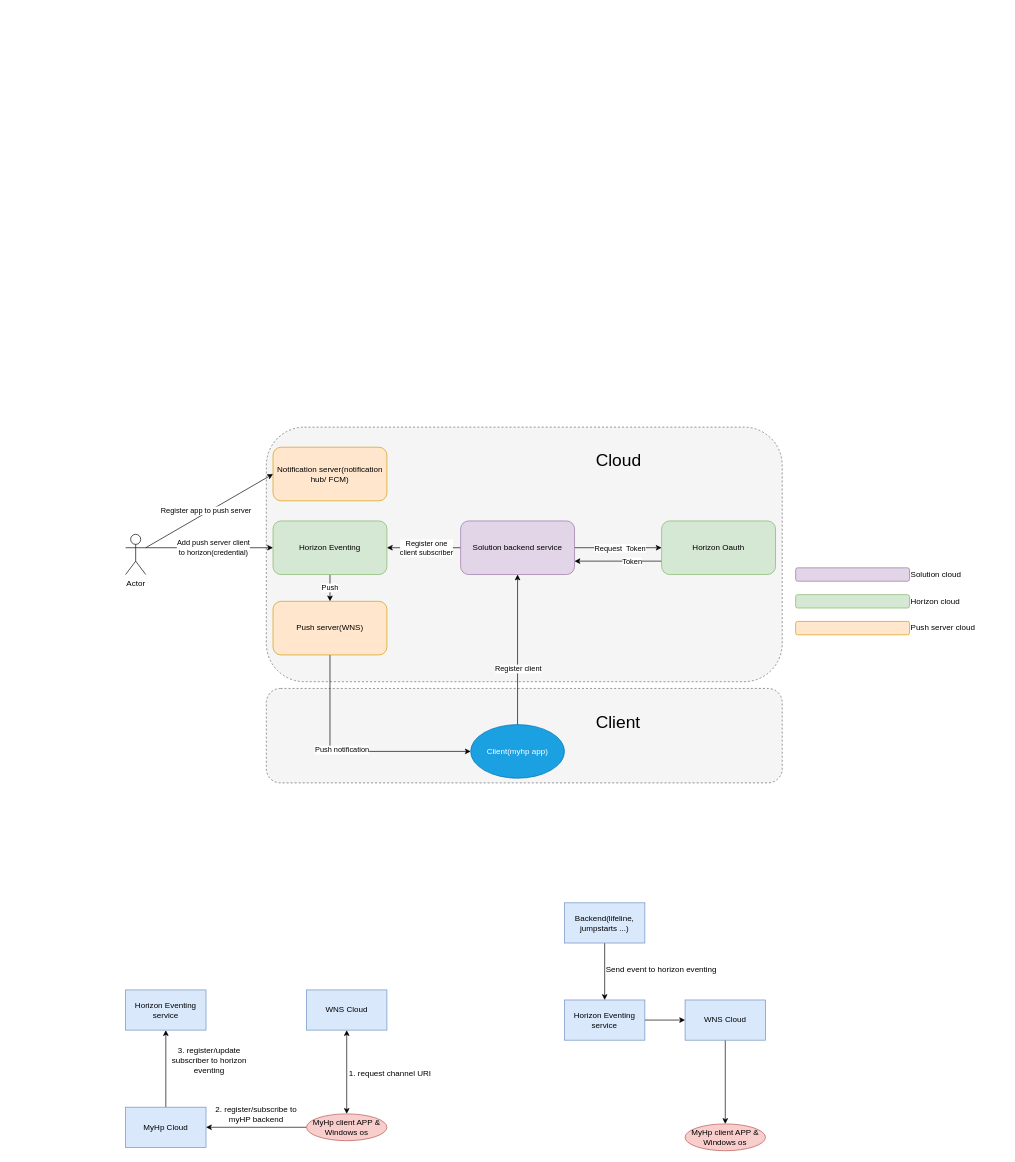
zhangwm1987/mydraw_io keeps this draw.io diagram as page "PushNotification" (8 of 9) of HP/horizon_eventing.drawio. Above is the earlier version. Source tidied: cells renumbered, new cells numbered last; positions are measured from the earlier drawing's top-left corner, leaving out a move shared by most shapes. Both pictures are drawn from the tidied source at 67%, with x=0, y=0 at pixel (125, 427).
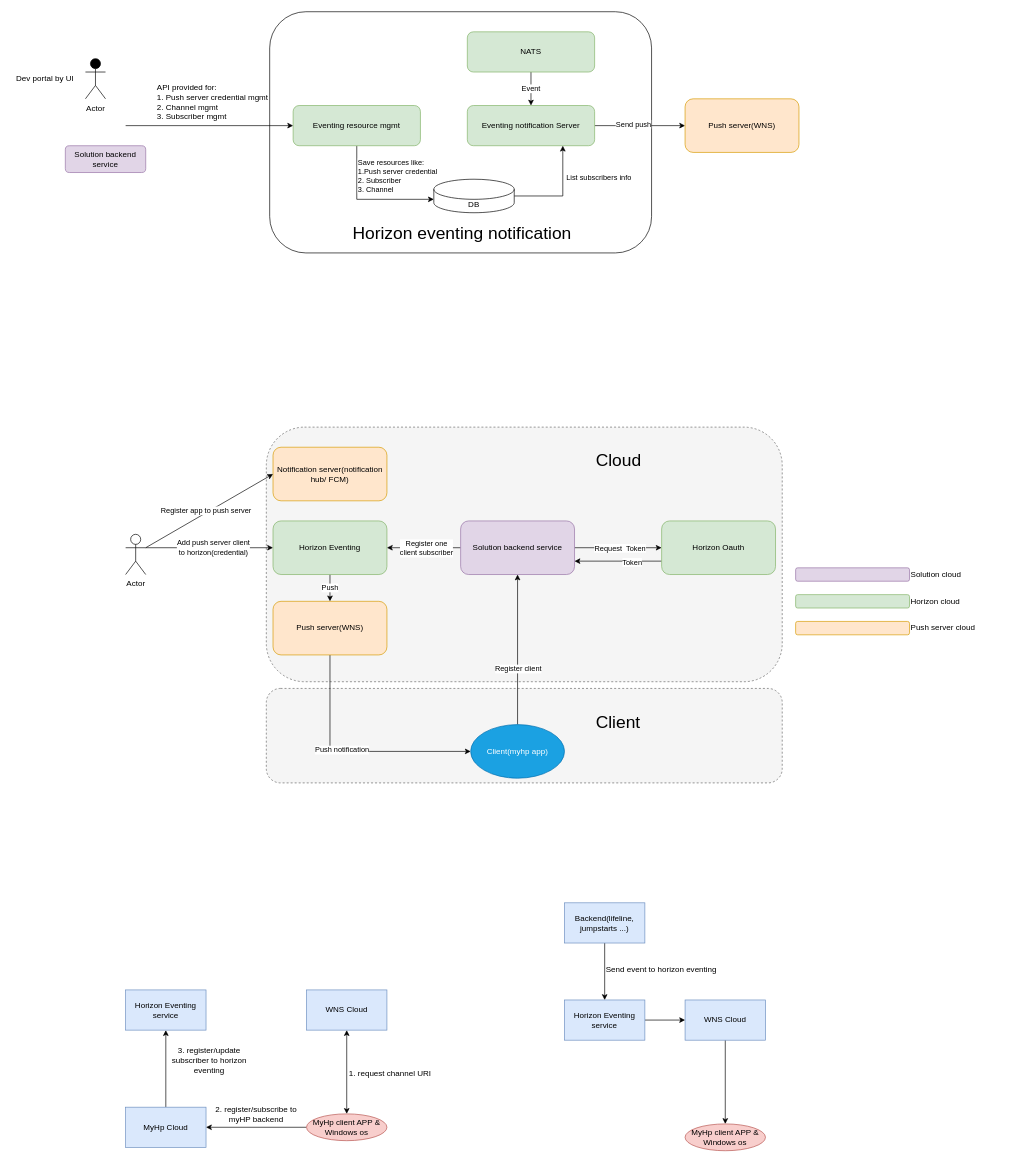
The same page after the edit.

The edit, as a diff of the source:
```diff
@@
+    <mxCell id="53" style="rounded=1;whiteSpace=wrap;html=1;" parent="1" vertex="1">
+      <mxGeometry x="215" y="-620" width="570" height="360" as="geometry" />
+    </mxCell>
@@
+    <mxCell id="54" style="edgeStyle=orthogonalEdgeStyle;rounded=0;jettySize=auto;html=1;exitX=0.5;exitY=1;exitDx=0;exitDy=0;entryX=0;entryY=0;entryDx=0;entryDy=30;entryPerimeter=0;" parent="1" edge="1" source="56" target="64">
+      <mxGeometry relative="1" as="geometry" />
+    </mxCell>
+    <mxCell id="55" value="Save resources like:&lt;br&gt;1.Push server credential&lt;br&gt;2. Subscriber&amp;nbsp;&lt;br&gt;3. Channel" style="edgeLabel;html=1;align=left;verticalAlign=middle;" parent="54" vertex="1">
+      <mxGeometry x="-0.73" y="-1" relative="1" as="geometry">
+        <mxPoint x="1" y="18" as="offset" />
+      </mxGeometry>
+    </mxCell>
+    <mxCell id="56" value="Eventing resource mgmt" style="rounded=1;whiteSpace=wrap;html=1;fillColor=#d5e8d4;strokeColor=#82B366;" parent="1" vertex="1">
+      <mxGeometry x="250" y="-480" width="190" height="60" as="geometry" />
+    </mxCell>
+    <mxCell id="57" style="edgeStyle=orthogonalEdgeStyle;rounded=0;jettySize=auto;html=1;exitX=1;exitY=0.5;exitDx=0;exitDy=0;entryX=0;entryY=0.5;entryDx=0;entryDy=0;" parent="1" edge="1" source="59" target="65">
+      <mxGeometry relative="1" as="geometry" />
+    </mxCell>
+    <mxCell id="58" value="Send push" style="edgeLabel;html=1;align=center;verticalAlign=middle;" parent="57" vertex="1">
+      <mxGeometry x="-0.16" y="3" relative="1" as="geometry" />
+    </mxCell>
+    <mxCell id="59" value="Eventing notification Server" style="rounded=1;whiteSpace=wrap;html=1;fillColor=#D5E8D4;strokeColor=#82B366;" parent="1" vertex="1">
+      <mxGeometry x="510" y="-480" width="190" height="60" as="geometry" />
+    </mxCell>
+    <mxCell id="60" value="Event" style="edgeStyle=orthogonalEdgeStyle;rounded=0;jettySize=auto;html=1;exitX=0.5;exitY=1;exitDx=0;exitDy=0;entryX=0.5;entryY=0;entryDx=0;entryDy=0;" parent="1" edge="1" source="61" target="59">
+      <mxGeometry relative="1" as="geometry" />
+    </mxCell>
+    <mxCell id="61" value="NATS" style="rounded=1;whiteSpace=wrap;html=1;fillColor=#d5e8d4;strokeColor=#82B366;" parent="1" vertex="1">
+      <mxGeometry x="510" y="-590" width="190" height="60" as="geometry" />
+    </mxCell>
+    <mxCell id="62" style="edgeStyle=orthogonalEdgeStyle;rounded=0;jettySize=auto;html=1;exitX=1;exitY=0.5;exitDx=0;exitDy=0;exitPerimeter=0;entryX=0.75;entryY=1;entryDx=0;entryDy=0;" parent="1" edge="1" source="64" target="59">
+      <mxGeometry relative="1" as="geometry" />
+    </mxCell>
+    <mxCell id="63" value="&lt;div&gt;List subscribers info&lt;/div&gt;" style="edgeLabel;html=1;align=left;verticalAlign=middle;" parent="62" vertex="1">
+      <mxGeometry x="0.36" y="-2" relative="1" as="geometry">
+        <mxPoint x="1" as="offset" />
+      </mxGeometry>
+    </mxCell>
+    <mxCell id="64" value="DB" style="shape=cylinder3;whiteSpace=wrap;html=1;boundedLbl=1;backgroundOutline=1;size=15;" parent="1" vertex="1">
+      <mxGeometry x="460" y="-370" width="120" height="50" as="geometry" />
+    </mxCell>
+    <mxCell id="65" value="Push server(WNS)" style="rounded=1;whiteSpace=wrap;html=1;fillColor=#ffe6cc;strokeColor=#d79b00;" parent="1" vertex="1">
+      <mxGeometry x="835" y="-490" width="170" height="80" as="geometry" />
+    </mxCell>
+    <mxCell id="66" value="&lt;span style=&quot;font-size: 26px&quot;&gt;Horizon eventing notification&lt;/span&gt;" style="text;html=1;strokeColor=none;fillColor=none;align=left;verticalAlign=middle;whiteSpace=wrap;rounded=0;" parent="1" vertex="1">
+      <mxGeometry x="337" y="-300" width="350" height="20" as="geometry" />
+    </mxCell>
+    <mxCell id="67" style="endArrow=classic;html=1;entryX=0;entryY=0.5;entryDx=0;entryDy=0;" parent="1" edge="1" target="56">
+      <mxGeometry relative="1" as="geometry">
+        <mxPoint y="-450" as="sourcePoint" />
+      </mxGeometry>
+    </mxCell>
+    <mxCell id="68" value="API provided for:&lt;br&gt;1. Push server credential mgmt&lt;br&gt;2. Channel mgmt&lt;br&gt;&lt;div&gt;&lt;span&gt;3. Subscriber mgmt&amp;nbsp;&lt;/span&gt;&lt;/div&gt;" style="text;html=1;strokeColor=none;fillColor=none;align=left;verticalAlign=middle;whiteSpace=wrap;rounded=0;" parent="1" vertex="1">
+      <mxGeometry x="45" y="-500" width="170" height="30" as="geometry" />
+    </mxCell>
+    <mxCell id="69" value="Actor" style="shape=umlActor;verticalLabelPosition=bottom;verticalAlign=top;html=1;strokeColor=#000000;fillColor=#000000;" parent="1" vertex="1">
+      <mxGeometry x="-60" y="-550" width="30" height="60" as="geometry" />
+    </mxCell>
+    <mxCell id="70" value="Dev portal by UI" style="text;html=1;strokeColor=none;fillColor=none;align=center;verticalAlign=middle;whiteSpace=wrap;rounded=0;" parent="1" vertex="1">
+      <mxGeometry x="-170" y="-530" width="100" height="20" as="geometry" />
+    </mxCell>
+    <mxCell id="71" value="Solution backend service" style="rounded=1;whiteSpace=wrap;html=1;fillColor=#e1d5e7;strokeColor=#9673a6;" parent="1" vertex="1">
+      <mxGeometry x="-90" y="-420" width="120" height="40" as="geometry" />
+    </mxCell>
```
